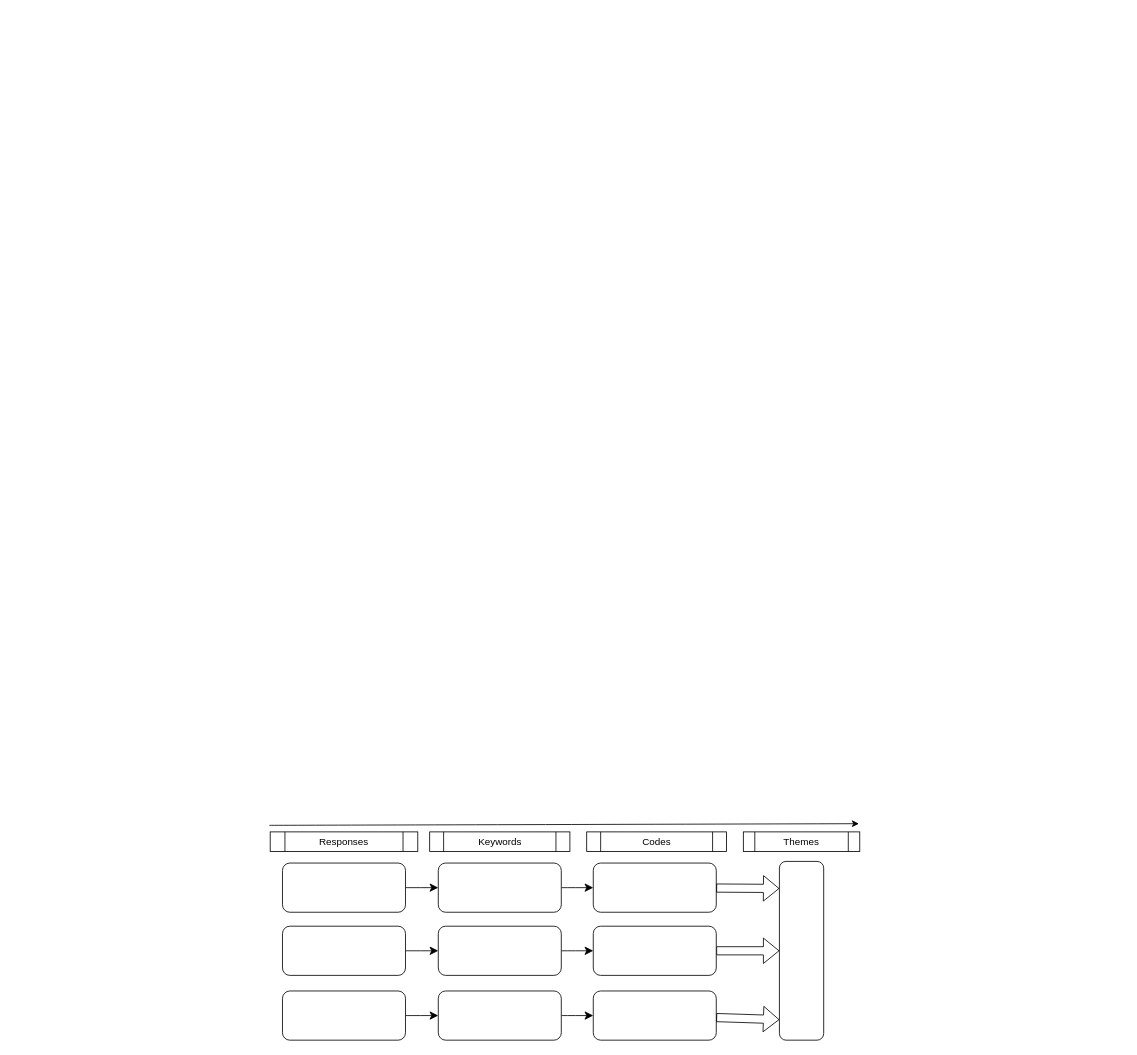
Earlier version of the draw.io diagram bep_thematic_analysis.drawio (ckarakoc/DrawIO). Source tidied: cells renumbered, new cells numbered last; positions are measured from the earlier drawing's top-left corner, leaving out a move shared by most shapes. Both pictures are drawn from the tidied source at 82%, with x=0, y=0 at pixel (269, 823).
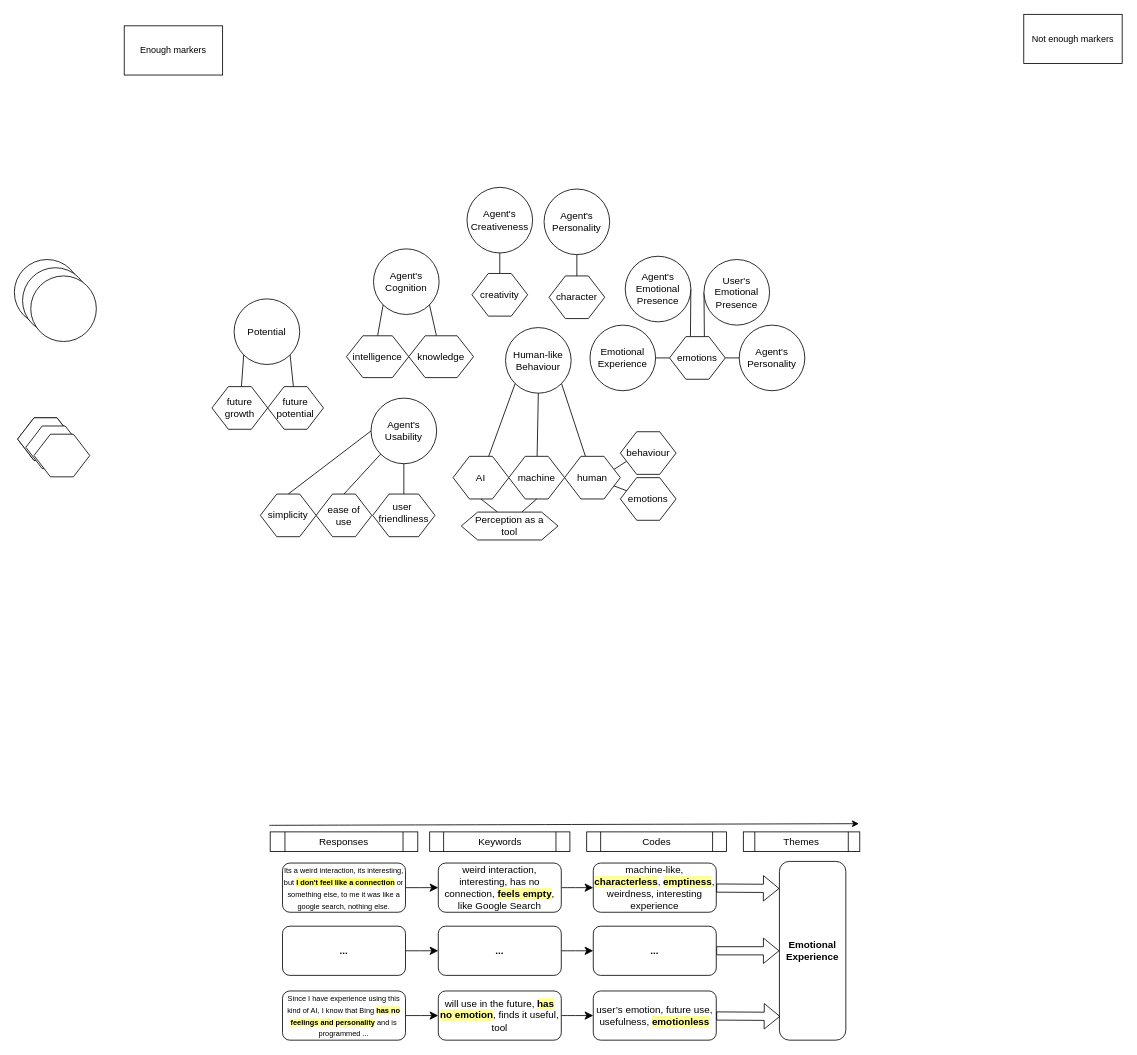
The same diagram, later.

Diff of the diagram source:
```diff
@@
-    <mxCell id="3" style="rounded=1;whiteSpace=wrap;html=1;" parent="1" vertex="1">
+    <mxCell id="3" value="&lt;font style=&quot;font-size: 9px;&quot;&gt;Its a weird interaction, its interesting, but &lt;b&gt;&lt;span style=&quot;background-color: rgb(255, 255, 102);&quot;&gt;I don't feel like a connection&lt;/span&gt; &lt;/b&gt;or something else, to me it was like a google search, nothing else.&lt;/font&gt;" style="rounded=1;whiteSpace=wrap;html=1;" parent="1" vertex="1">
       <mxGeometry x="16" y="48" width="150" height="60" as="geometry" />
     </mxCell>
@@
-    <mxCell id="5" style="rounded=1;whiteSpace=wrap;html=1;" parent="1" vertex="1">
+    <mxCell id="5" value="weird interaction, interesting, has no connection, &lt;b style=&quot;background-color: rgb(255, 255, 153);&quot;&gt;feels empty&lt;/b&gt;, like Google Search" style="rounded=1;whiteSpace=wrap;html=1;" parent="1" vertex="1">
       <mxGeometry x="206" y="48" width="150" height="60" as="geometry" />
     </mxCell>
-    <mxCell id="6" style="rounded=1;whiteSpace=wrap;html=1;" parent="1" vertex="1">
+    <mxCell id="6" value="machine-like, &lt;span style=&quot;background-color: rgb(255, 255, 153);&quot;&gt;&lt;b&gt;characterless&lt;/b&gt;&lt;/span&gt;, &lt;span style=&quot;background-color: rgb(255, 255, 153);&quot;&gt;&lt;b&gt;emptiness&lt;/b&gt;&lt;/span&gt;, weirdness, interesting experience" style="rounded=1;whiteSpace=wrap;html=1;" parent="1" vertex="1">
       <mxGeometry x="395" y="48" width="150" height="60" as="geometry" />
     </mxCell>
-    <mxCell id="7" style="rounded=1;whiteSpace=wrap;html=1;" parent="1" vertex="1">
-      <mxGeometry x="622" y="46" width="54" height="218" as="geometry" />
+    <mxCell id="7" value="&lt;b&gt;Emotional Experience&lt;/b&gt;" style="rounded=1;whiteSpace=wrap;html=1;" parent="1" vertex="1">
+      <mxGeometry x="622" y="46" width="81" height="218" as="geometry" />
     </mxCell>
@@
-    <mxCell id="9" style="rounded=1;whiteSpace=wrap;html=1;" parent="1" vertex="1">
+    <mxCell id="9" value="&lt;font style=&quot;font-size: 9px;&quot;&gt;Since I have experience using this kind of AI, I know that Bing &lt;b style=&quot;background-color: rgb(255, 255, 153);&quot;&gt;has no feelings and personality&lt;/b&gt; and is programmed ...&lt;/font&gt;" style="rounded=1;whiteSpace=wrap;html=1;" parent="1" vertex="1">
       <mxGeometry x="16" y="204" width="150" height="60" as="geometry" />
     </mxCell>
@@
-    <mxCell id="11" style="rounded=1;whiteSpace=wrap;html=1;" parent="1" vertex="1">
+    <mxCell id="11" value="will use in the future, &lt;b style=&quot;background-color: rgb(255, 255, 153);&quot;&gt;has no emotion&lt;/b&gt;, finds it useful, tool" style="rounded=1;whiteSpace=wrap;html=1;" parent="1" vertex="1">
       <mxGeometry x="206" y="204" width="150" height="60" as="geometry" />
     </mxCell>
-    <mxCell id="12" style="rounded=1;whiteSpace=wrap;html=1;" parent="1" vertex="1">
+    <mxCell id="12" value="user’s emotion, future use, usefulness,&amp;nbsp;&lt;b style=&quot;background-color: rgb(255, 255, 153);&quot;&gt;emotionless&lt;/b&gt;" style="rounded=1;whiteSpace=wrap;html=1;" parent="1" vertex="1">
       <mxGeometry x="395" y="204" width="150" height="60" as="geometry" />
     </mxCell>
@@
-    <mxCell id="14" style="rounded=1;whiteSpace=wrap;html=1;" parent="1" vertex="1">
+    <mxCell id="14" value="&lt;b&gt;...&lt;/b&gt;" style="rounded=1;whiteSpace=wrap;html=1;" parent="1" vertex="1">
       <mxGeometry x="16" y="125" width="150" height="60" as="geometry" />
     </mxCell>
@@
-    <mxCell id="16" style="rounded=1;whiteSpace=wrap;html=1;" parent="1" vertex="1">
+    <mxCell id="16" value="&lt;b&gt;...&lt;/b&gt;" style="rounded=1;whiteSpace=wrap;html=1;" parent="1" vertex="1">
       <mxGeometry x="206" y="125" width="150" height="60" as="geometry" />
     </mxCell>
@@
-    <mxCell id="18" style="rounded=1;whiteSpace=wrap;html=1;" parent="1" vertex="1">
+    <mxCell id="18" value="&lt;b&gt;...&lt;/b&gt;" style="rounded=1;whiteSpace=wrap;html=1;" parent="1" vertex="1">
       <mxGeometry x="395" y="125" width="150" height="60" as="geometry" />
     </mxCell>
@@
-    <mxCell id="20" style="edgeStyle=none;curved=1;rounded=0;jettySize=auto;html=1;entryX=0;entryY=0.885;entryDx=0;entryDy=0;fontSize=12;shape=flexArrow;entryPerimeter=0;" parent="1" edge="1" source="12" target="7">
+    <mxCell id="20" style="edgeStyle=none;curved=1;rounded=0;jettySize=auto;html=1;entryX=0.012;entryY=0.867;entryDx=0;entryDy=0;fontSize=12;shape=flexArrow;entryPerimeter=0;" parent="1" edge="1" source="12" target="7">
       <mxGeometry relative="1" as="geometry" />
     </mxCell>
@@
+    <mxCell id="26" value="Agent's Usability" style="ellipse;whiteSpace=wrap;html=1;" parent="1" vertex="1">
+      <mxGeometry x="124" y="-519" width="80" height="80" as="geometry" />
+    </mxCell>
+    <mxCell id="27" style="edgeStyle=none;shape=connector;rounded=0;jettySize=auto;html=1;exitX=0.5;exitY=0;exitDx=0;exitDy=0;strokeColor=default;align=center;verticalAlign=middle;fontFamily=Helvetica;fontSize=11;fontColor=default;labelBackgroundColor=default;endArrow=none;endFill=0;entryX=0;entryY=1;entryDx=0;entryDy=0;" parent="1" edge="1" source="28" target="50">
+      <mxGeometry relative="1" as="geometry" />
+    </mxCell>
+    <mxCell id="28" value="intelligence" style="shape=hexagon;perimeter=hexagonPerimeter2;whiteSpace=wrap;html=1;fixedSize=1;spacing=10;" parent="1" vertex="1">
+      <mxGeometry x="94" y="-595" width="76" height="51" as="geometry" />
+    </mxCell>
+    <mxCell id="29" style="ellipse;whiteSpace=wrap;html=1;spacing=10;" parent="1" vertex="1">
+      <mxGeometry x="-311" y="-688" width="80" height="80" as="geometry" />
+    </mxCell>
+    <mxCell id="30" style="rounded=0;jettySize=auto;html=1;entryX=0;entryY=1;entryDx=0;entryDy=0;endArrow=none;endFill=0;exitX=0.5;exitY=0;exitDx=0;exitDy=0;" parent="1" edge="1" source="31" target="26">
+      <mxGeometry relative="1" as="geometry" />
+    </mxCell>
+    <mxCell id="31" value="ease of use" style="shape=hexagon;perimeter=hexagonPerimeter2;whiteSpace=wrap;html=1;fixedSize=1;rounded=0;shadow=0;spacing=10;" parent="1" vertex="1">
+      <mxGeometry x="57" y="-402" width="68" height="52" as="geometry" />
+    </mxCell>
+    <mxCell id="32" style="edgeStyle=none;shape=connector;rounded=0;jettySize=auto;html=1;entryX=1;entryY=1;entryDx=0;entryDy=0;strokeColor=default;align=center;verticalAlign=middle;fontFamily=Helvetica;fontSize=11;fontColor=default;labelBackgroundColor=default;endArrow=none;endFill=0;" parent="1" edge="1" source="33" target="40">
+      <mxGeometry relative="1" as="geometry" />
+    </mxCell>
+    <mxCell id="33" value="future potential" style="shape=hexagon;perimeter=hexagonPerimeter2;whiteSpace=wrap;html=1;fixedSize=1;" parent="1" vertex="1">
+      <mxGeometry x="-2" y="-533" width="68" height="52" as="geometry" />
+    </mxCell>
+    <mxCell id="34" style="edgeStyle=none;shape=connector;rounded=0;jettySize=auto;html=1;strokeColor=default;align=center;verticalAlign=middle;fontFamily=Helvetica;fontSize=11;fontColor=default;labelBackgroundColor=default;endArrow=none;endFill=0;entryX=0;entryY=1;entryDx=0;entryDy=0;" parent="1" edge="1" source="35" target="40">
+      <mxGeometry relative="1" as="geometry" />
+    </mxCell>
+    <mxCell id="35" value="future growth" style="shape=hexagon;perimeter=hexagonPerimeter2;whiteSpace=wrap;html=1;fixedSize=1;" parent="1" vertex="1">
+      <mxGeometry x="-70" y="-533" width="68" height="52" as="geometry" />
+    </mxCell>
+    <mxCell id="36" style="edgeStyle=none;shape=connector;rounded=0;jettySize=auto;html=1;exitX=0.5;exitY=0;exitDx=0;exitDy=0;entryX=0.5;entryY=1;entryDx=0;entryDy=0;strokeColor=default;align=center;verticalAlign=middle;fontFamily=Helvetica;fontSize=11;fontColor=default;labelBackgroundColor=default;endArrow=none;endFill=0;" parent="1" edge="1" source="37" target="26">
+      <mxGeometry relative="1" as="geometry" />
+    </mxCell>
+    <mxCell id="37" value="&lt;font style=&quot;font-size: 12px;&quot;&gt;user&amp;nbsp;&lt;/font&gt;&lt;div style=&quot;line-height: 120%;&quot;&gt;&lt;font style=&quot;font-size: 12px;&quot;&gt;friendliness&lt;/font&gt;&lt;/div&gt;" style="shape=hexagon;perimeter=hexagonPerimeter2;html=1;fixedSize=1;whiteSpace=wrap;spacing=10;spacingBottom=7;" parent="1" vertex="1">
+      <mxGeometry x="126" y="-402" width="76" height="52" as="geometry" />
+    </mxCell>
+    <mxCell id="38" value="Agent's Creativeness" style="ellipse;whiteSpace=wrap;html=1;" parent="1" vertex="1">
+      <mxGeometry x="241" y="-776" width="80" height="80" as="geometry" />
+    </mxCell>
+    <mxCell id="39" value="Human-like Behaviour" style="ellipse;whiteSpace=wrap;html=1;" parent="1" vertex="1">
+      <mxGeometry x="288" y="-605" width="80" height="80" as="geometry" />
+    </mxCell>
+    <mxCell id="40" value="Potential" style="ellipse;whiteSpace=wrap;html=1;" parent="1" vertex="1">
+      <mxGeometry x="-43" y="-640" width="80" height="80" as="geometry" />
+    </mxCell>
+    <mxCell id="41" style="edgeStyle=none;shape=connector;rounded=0;jettySize=auto;html=1;exitX=0.5;exitY=0;exitDx=0;exitDy=0;entryX=0;entryY=0.5;entryDx=0;entryDy=0;strokeColor=default;align=center;verticalAlign=middle;fontFamily=Helvetica;fontSize=11;fontColor=default;labelBackgroundColor=default;endArrow=none;endFill=0;" parent="1" edge="1" source="42" target="26">
+      <mxGeometry relative="1" as="geometry" />
+    </mxCell>
+    <mxCell id="42" value="simplicity" style="shape=hexagon;perimeter=hexagonPerimeter2;whiteSpace=wrap;html=1;fixedSize=1;" parent="1" vertex="1">
+      <mxGeometry x="-11" y="-402" width="68" height="52" as="geometry" />
+    </mxCell>
+    <mxCell id="43" value="Enough markers" style="rounded=0;whiteSpace=wrap;html=1;fontFamily=Helvetica;fontSize=11;fontColor=default;labelBackgroundColor=default;" parent="1" vertex="1">
+      <mxGeometry x="-177" y="-973" width="120" height="60" as="geometry" />
+    </mxCell>
+    <mxCell id="44" value="Not enough markers" style="rounded=0;whiteSpace=wrap;html=1;fontFamily=Helvetica;fontSize=11;fontColor=default;labelBackgroundColor=default;" parent="1" vertex="1">
+      <mxGeometry x="920" y="-987" width="120" height="60" as="geometry" />
+    </mxCell>
+    <mxCell id="45" style="edgeStyle=none;shape=connector;rounded=0;jettySize=auto;html=1;entryX=1;entryY=1;entryDx=0;entryDy=0;strokeColor=default;align=center;verticalAlign=middle;fontFamily=Helvetica;fontSize=11;fontColor=default;labelBackgroundColor=default;endArrow=none;endFill=0;" parent="1" edge="1" source="47" target="39">
+      <mxGeometry relative="1" as="geometry" />
+    </mxCell>
+    <mxCell id="46" style="edgeStyle=none;shape=connector;rounded=0;jettySize=auto;html=1;exitX=1;exitY=0.25;exitDx=0;exitDy=0;entryX=0;entryY=0.75;entryDx=0;entryDy=0;strokeColor=default;align=center;verticalAlign=middle;fontFamily=Helvetica;fontSize=11;fontColor=default;labelBackgroundColor=default;endArrow=none;endFill=0;" parent="1" edge="1" source="47" target="61">
+      <mxGeometry relative="1" as="geometry" />
+    </mxCell>
+    <mxCell id="47" value="human" style="shape=hexagon;perimeter=hexagonPerimeter2;whiteSpace=wrap;html=1;fixedSize=1;" parent="1" vertex="1">
+      <mxGeometry x="360" y="-448" width="68" height="52" as="geometry" />
+    </mxCell>
+    <mxCell id="48" style="edgeStyle=none;shape=connector;rounded=0;jettySize=auto;html=1;entryX=0;entryY=1;entryDx=0;entryDy=0;strokeColor=default;align=center;verticalAlign=middle;fontFamily=Helvetica;fontSize=11;fontColor=default;labelBackgroundColor=default;endArrow=none;endFill=0;" parent="1" edge="1" source="49" target="39">
+      <mxGeometry relative="1" as="geometry" />
+    </mxCell>
+    <mxCell id="49" value="AI" style="shape=hexagon;perimeter=hexagonPerimeter2;whiteSpace=wrap;html=1;fixedSize=1;" parent="1" vertex="1">
+      <mxGeometry x="224" y="-448" width="68" height="52" as="geometry" />
+    </mxCell>
+    <mxCell id="50" value="Agent's Cognition" style="ellipse;whiteSpace=wrap;html=1;" parent="1" vertex="1">
+      <mxGeometry x="127" y="-701" width="80" height="80" as="geometry" />
+    </mxCell>
+    <mxCell id="51" style="edgeStyle=none;shape=connector;rounded=0;jettySize=auto;html=1;entryX=1;entryY=1;entryDx=0;entryDy=0;strokeColor=default;align=center;verticalAlign=middle;fontFamily=Helvetica;fontSize=11;fontColor=default;labelBackgroundColor=default;endArrow=none;endFill=0;" parent="1" edge="1" source="52" target="50">
+      <mxGeometry relative="1" as="geometry" />
+    </mxCell>
+    <mxCell id="52" value="knowledge" style="shape=hexagon;perimeter=hexagonPerimeter2;whiteSpace=wrap;html=1;fixedSize=1;" parent="1" vertex="1">
+      <mxGeometry x="170" y="-595" width="79" height="51" as="geometry" />
+    </mxCell>
+    <mxCell id="53" style="edgeStyle=none;shape=connector;rounded=0;jettySize=auto;html=1;entryX=0.5;entryY=1;entryDx=0;entryDy=0;strokeColor=default;align=center;verticalAlign=middle;fontFamily=Helvetica;fontSize=11;fontColor=default;labelBackgroundColor=default;endArrow=none;endFill=0;" parent="1" edge="1" source="54" target="39">
+      <mxGeometry relative="1" as="geometry" />
+    </mxCell>
+    <mxCell id="54" value="machine" style="shape=hexagon;perimeter=hexagonPerimeter2;whiteSpace=wrap;html=1;fixedSize=1;" parent="1" vertex="1">
+      <mxGeometry x="292" y="-448" width="68" height="52" as="geometry" />
+    </mxCell>
+    <mxCell id="55" style="shape=hexagon;perimeter=hexagonPerimeter2;whiteSpace=wrap;html=1;fixedSize=1;spacing=10;" parent="1" vertex="1">
+      <mxGeometry x="-307" y="-495" width="68" height="52" as="geometry" />
+    </mxCell>
+    <mxCell id="56" style="edgeStyle=none;shape=connector;rounded=0;jettySize=auto;html=1;exitX=0.375;exitY=0;exitDx=0;exitDy=0;entryX=0.5;entryY=1;entryDx=0;entryDy=0;strokeColor=default;align=center;verticalAlign=middle;fontFamily=Helvetica;fontSize=11;fontColor=default;labelBackgroundColor=default;endArrow=none;endFill=0;" parent="1" edge="1" source="58" target="49">
+      <mxGeometry relative="1" as="geometry" />
+    </mxCell>
+    <mxCell id="57" style="edgeStyle=none;shape=connector;rounded=0;jettySize=auto;html=1;exitX=0.625;exitY=0;exitDx=0;exitDy=0;entryX=0.5;entryY=1;entryDx=0;entryDy=0;strokeColor=default;align=center;verticalAlign=middle;fontFamily=Helvetica;fontSize=11;fontColor=default;labelBackgroundColor=default;endArrow=none;endFill=0;" parent="1" edge="1" source="58" target="54">
+      <mxGeometry relative="1" as="geometry" />
+    </mxCell>
+    <mxCell id="58" value="Perception as a tool" style="shape=hexagon;perimeter=hexagonPerimeter2;whiteSpace=wrap;html=1;fixedSize=1;spacing=10;" parent="1" vertex="1">
+      <mxGeometry x="234" y="-380" width="118" height="34" as="geometry" />
+    </mxCell>
+    <mxCell id="59" style="edgeStyle=none;shape=connector;rounded=0;jettySize=auto;html=1;entryX=1;entryY=0.75;entryDx=0;entryDy=0;strokeColor=default;align=center;verticalAlign=middle;fontFamily=Helvetica;fontSize=11;fontColor=default;labelBackgroundColor=default;endArrow=none;endFill=0;" parent="1" edge="1" source="60" target="47">
+      <mxGeometry relative="1" as="geometry" />
+    </mxCell>
+    <mxCell id="60" value="emotions" style="shape=hexagon;perimeter=hexagonPerimeter2;whiteSpace=wrap;html=1;fixedSize=1;" parent="1" vertex="1">
+      <mxGeometry x="428" y="-422" width="68" height="52" as="geometry" />
+    </mxCell>
+    <mxCell id="61" value="behaviour" style="shape=hexagon;perimeter=hexagonPerimeter2;whiteSpace=wrap;html=1;fixedSize=1;" parent="1" vertex="1">
+      <mxGeometry x="428" y="-478" width="68" height="52" as="geometry" />
+    </mxCell>
+    <mxCell id="62" style="edgeStyle=none;shape=connector;rounded=0;jettySize=auto;html=1;exitX=0.625;exitY=0;exitDx=0;exitDy=0;entryX=0;entryY=0.5;entryDx=0;entryDy=0;strokeColor=default;align=center;verticalAlign=middle;fontFamily=Helvetica;fontSize=11;fontColor=default;labelBackgroundColor=default;endArrow=none;endFill=0;" parent="1" edge="1" source="65" target="74">
+      <mxGeometry relative="1" as="geometry" />
+    </mxCell>
+    <mxCell id="63" style="edgeStyle=none;shape=connector;rounded=0;jettySize=auto;html=1;exitX=0.375;exitY=0;exitDx=0;exitDy=0;entryX=1;entryY=0.5;entryDx=0;entryDy=0;strokeColor=default;align=center;verticalAlign=middle;fontFamily=Helvetica;fontSize=11;fontColor=default;labelBackgroundColor=default;endArrow=none;endFill=0;" parent="1" edge="1" source="65" target="73">
+      <mxGeometry relative="1" as="geometry" />
+    </mxCell>
+    <mxCell id="64" style="edgeStyle=none;shape=connector;rounded=0;jettySize=auto;html=1;exitX=1;exitY=0.5;exitDx=0;exitDy=0;entryX=0;entryY=0.5;entryDx=0;entryDy=0;strokeColor=default;align=center;verticalAlign=middle;fontFamily=Helvetica;fontSize=11;fontColor=default;labelBackgroundColor=default;endArrow=none;endFill=0;" parent="1" edge="1" source="65" target="72">
+      <mxGeometry relative="1" as="geometry" />
+    </mxCell>
+    <mxCell id="65" value="emotions" style="shape=hexagon;perimeter=hexagonPerimeter2;whiteSpace=wrap;html=1;fixedSize=1;spacing=10;" parent="1" vertex="1">
+      <mxGeometry x="488" y="-594" width="68" height="52" as="geometry" />
+    </mxCell>
+    <mxCell id="66" style="edgeStyle=none;shape=connector;rounded=0;jettySize=auto;html=1;exitX=0.5;exitY=0;exitDx=0;exitDy=0;entryX=0.5;entryY=1;entryDx=0;entryDy=0;strokeColor=default;align=center;verticalAlign=middle;fontFamily=Helvetica;fontSize=11;fontColor=default;labelBackgroundColor=default;endArrow=none;endFill=0;" parent="1" edge="1" source="67" target="38">
+      <mxGeometry relative="1" as="geometry" />
+    </mxCell>
+    <mxCell id="67" value="creativity" style="shape=hexagon;perimeter=hexagonPerimeter2;whiteSpace=wrap;html=1;fixedSize=1;spacing=10;" parent="1" vertex="1">
+      <mxGeometry x="247" y="-671" width="68" height="52" as="geometry" />
+    </mxCell>
+    <mxCell id="68" style="edgeStyle=none;shape=connector;rounded=0;jettySize=auto;html=1;strokeColor=default;align=center;verticalAlign=middle;fontFamily=Helvetica;fontSize=11;fontColor=default;labelBackgroundColor=default;endArrow=none;endFill=0;" parent="1" edge="1" source="69" target="80">
+      <mxGeometry relative="1" as="geometry" />
+    </mxCell>
+    <mxCell id="69" value="Agent's Personality" style="ellipse;whiteSpace=wrap;html=1;" parent="1" vertex="1">
+      <mxGeometry x="335" y="-774" width="80" height="80" as="geometry" />
+    </mxCell>
+    <mxCell id="70" style="edgeStyle=none;shape=connector;rounded=0;jettySize=auto;html=1;exitX=1;exitY=0.5;exitDx=0;exitDy=0;entryX=0;entryY=0.5;entryDx=0;entryDy=0;strokeColor=default;align=center;verticalAlign=middle;fontFamily=Helvetica;fontSize=11;fontColor=default;labelBackgroundColor=default;endArrow=none;endFill=0;" parent="1" edge="1" source="71" target="65">
+      <mxGeometry relative="1" as="geometry" />
+    </mxCell>
+    <mxCell id="71" value="Emotional Experience" style="ellipse;whiteSpace=wrap;html=1;" parent="1" vertex="1">
+      <mxGeometry x="391" y="-608" width="80" height="80" as="geometry" />
+    </mxCell>
+    <mxCell id="72" value="Agent's Personality" style="ellipse;whiteSpace=wrap;html=1;" parent="1" vertex="1">
+      <mxGeometry x="573" y="-608" width="80" height="80" as="geometry" />
+    </mxCell>
+    <mxCell id="73" value="Agent's Emotional Presence" style="ellipse;whiteSpace=wrap;html=1;" parent="1" vertex="1">
+      <mxGeometry x="434" y="-692" width="80" height="80" as="geometry" />
+    </mxCell>
+    <mxCell id="74" value="User's Emotional Presence" style="ellipse;whiteSpace=wrap;html=1;" parent="1" vertex="1">
+      <mxGeometry x="530" y="-688" width="80" height="80" as="geometry" />
+    </mxCell>
+    <mxCell id="75" style="ellipse;whiteSpace=wrap;html=1;spacing=10;" parent="1" vertex="1">
+      <mxGeometry x="-301" y="-678" width="80" height="80" as="geometry" />
+    </mxCell>
+    <mxCell id="76" style="ellipse;whiteSpace=wrap;html=1;spacing=10;" parent="1" vertex="1">
+      <mxGeometry x="-291" y="-668" width="80" height="80" as="geometry" />
+    </mxCell>
+    <mxCell id="77" style="shape=hexagon;perimeter=hexagonPerimeter2;whiteSpace=wrap;html=1;fixedSize=1;spacing=10;" parent="1" vertex="1">
+      <mxGeometry x="-307" y="-495" width="68" height="52" as="geometry" />
+    </mxCell>
+    <mxCell id="78" style="shape=hexagon;perimeter=hexagonPerimeter2;whiteSpace=wrap;html=1;fixedSize=1;spacing=10;" parent="1" vertex="1">
+      <mxGeometry x="-297" y="-485" width="68" height="52" as="geometry" />
+    </mxCell>
+    <mxCell id="79" style="shape=hexagon;perimeter=hexagonPerimeter2;whiteSpace=wrap;html=1;fixedSize=1;spacing=10;" parent="1" vertex="1">
+      <mxGeometry x="-287" y="-475" width="68" height="52" as="geometry" />
+    </mxCell>
+    <mxCell id="80" value="character" style="shape=hexagon;perimeter=hexagonPerimeter2;whiteSpace=wrap;html=1;fixedSize=1;spacing=10;" parent="1" vertex="1">
+      <mxGeometry x="341" y="-668" width="68" height="52" as="geometry" />
+    </mxCell>
```
